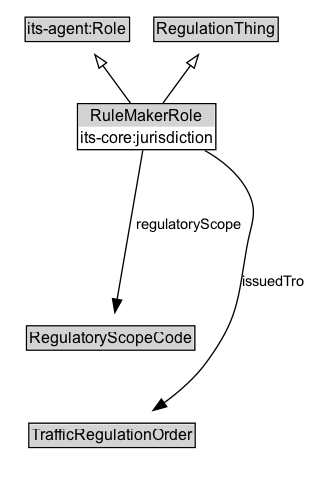
The Graphviz diagram docs/diagrams/RuleMakerRole.dot.png in k-vaughn/ontology-its-regulation, before a commit. Its source is kept beside it as docs/diagrams/RuleMakerRole.dot.
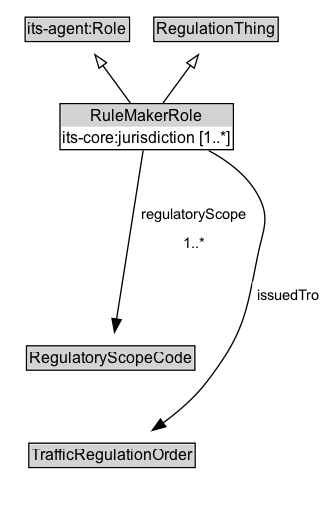
The same file after the commit.

What changed in the source:
```diff
@@ -7,7 +7,7 @@
 		"its-agent_Role" [label=<<TABLE BORDER="1" CELLBORDER="0" CELLSPACING="0" CELLPADDING="1"><TR><TD BGCOLOR="lightgray" ALIGN="CENTER">its-agent:Role</TD></TR></TABLE>> URL="https://w3id.org/itsdata/agent/v1/Role" margin=0]
 		RegulationThing [label=<<TABLE BORDER="1" CELLBORDER="0" CELLSPACING="0" CELLPADDING="1"><TR><TD BGCOLOR="lightgray" ALIGN="CENTER">RegulationThing</TD></TR></TABLE>> URL="../RegulationThing" margin=0]
 	}
-	RuleMakerRole [label=<<TABLE BORDER="1" CELLBORDER="0" CELLSPACING="0" CELLPADDING="1"><TR><TD BGCOLOR="lightgray" ALIGN="CENTER">RuleMakerRole</TD></TR><TR><TD ALIGN="LEFT">its-core:jurisdiction</TD></TR></TABLE>> URL="../RuleMakerRole" margin=0]
+	RuleMakerRole [label=<<TABLE BORDER="1" CELLBORDER="0" CELLSPACING="0" CELLPADDING="1"><TR><TD BGCOLOR="lightgray" ALIGN="CENTER">RuleMakerRole</TD></TR><TR><TD ALIGN="LEFT">its-core:jurisdiction [1..*]</TD></TR></TABLE>> URL="../RuleMakerRole" margin=0]
 	{
 		rank=max
 	}
@@ -23,7 +23,7 @@
 	Invis -> RegulatoryScopeCode [style=invis]
 	RegulatoryScopeCode -> TrafficRegulationOrder [style=invis]
 	TrafficRegulationOrder [label=<<TABLE BORDER="1" CELLBORDER="0" CELLSPACING="0" CELLPADDING="1"><TR><TD BGCOLOR="lightgray" ALIGN="CENTER">TrafficRegulationOrder</TD></TR></TABLE>> URL="../TrafficRegulationOrder" margin=0]
-	RuleMakerRole -> TrafficRegulationOrder [label=issuedTro arrowhead=normal style=solid]
+	RuleMakerRole -> TrafficRegulationOrder [label=<<TABLE BORDER="0" CELLBORDER="0" CELLSPACING="0" CELLPADDING="4" BGCOLOR="white"><TR><TD ALIGN="CENTER">issuedTro</TD></TR></TABLE>> arrowhead=normal style=solid]
 	RegulatoryScopeCode [label=<<TABLE BORDER="1" CELLBORDER="0" CELLSPACING="0" CELLPADDING="1"><TR><TD BGCOLOR="lightgray" ALIGN="CENTER">RegulatoryScopeCode</TD></TR></TABLE>> URL="../RegulatoryScopeCode" margin=0]
-	RuleMakerRole -> RegulatoryScopeCode [label=regulatoryScope arrowhead=normal style=solid]
+	RuleMakerRole -> RegulatoryScopeCode [label=<<TABLE BORDER="0" CELLBORDER="0" CELLSPACING="0" CELLPADDING="4" BGCOLOR="white"><TR><TD ALIGN="CENTER">regulatoryScope</TD></TR><TR><TD ALIGN="CENTER">1..*</TD></TR></TABLE>> arrowhead=normal style=solid]
 }
```
